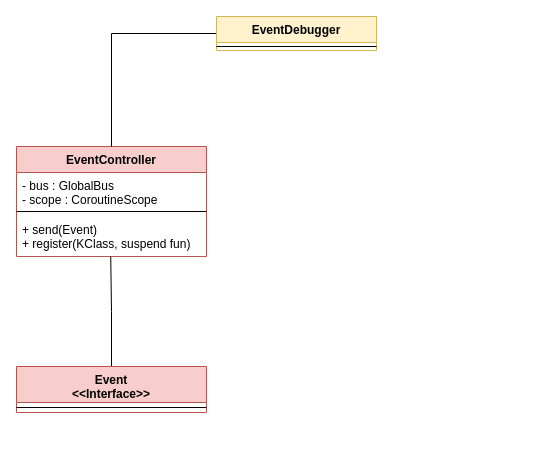
Above: diagrams/Planung.drawio in emign/projektQ11_21 (draw.io), before the change. Source tidied: cells renumbered, new cells numbered last; positions are measured from the earlier drawing's top-left corner, leaving out a move shared by most shapes. Both pictures are drawn from the tidied source at 100%, with x=0, y=0 at pixel (16, 16).
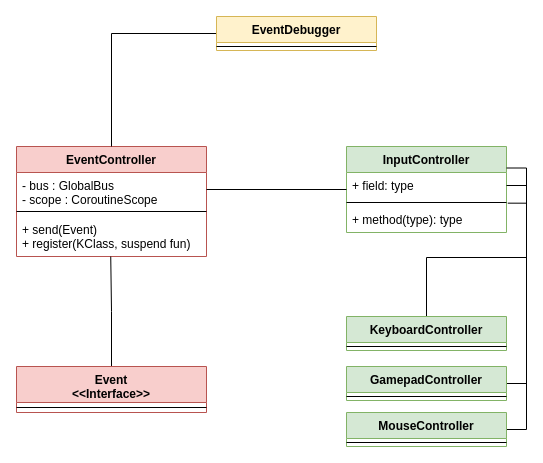
The same diagram, later.

The change refers to these unchanged cells:
```xml
<mxCell id="3" value="- bus : GlobalBus&#10;- scope : CoroutineScope" style="text;strokeColor=none;fillColor=none;align=left;verticalAlign=top;spacingLeft=4;spacingRight=4;overflow=hidden;points=[[0,0.5],[1,0.5]];portConstraint=eastwest;" parent="2" vertex="1">
  <mxGeometry y="26" width="190" height="34" as="geometry" />
</mxCell>
```

Diff of the diagram source:
```diff
@@
+    <mxCell id="12" value="InputController" style="swimlane;fontStyle=1;align=center;verticalAlign=top;horizontal=1;startSize=26;fillColor=#d5e8d4;strokeColor=#82b366;" parent="1" vertex="1">
+      <mxGeometry x="330" y="130" width="160" height="86" as="geometry" />
+    </mxCell>
+    <mxCell id="13" value="+ field: type" style="text;strokeColor=none;fillColor=none;align=left;verticalAlign=top;spacingLeft=4;spacingRight=4;overflow=hidden;points=[[0,0.5],[1,0.5]];portConstraint=eastwest;" parent="12" vertex="1">
+      <mxGeometry y="26" width="160" height="26" as="geometry" />
+    </mxCell>
+    <mxCell id="14" style="line;strokeWidth=1;fillColor=none;align=left;verticalAlign=middle;spacingTop=-1;spacingLeft=3;spacingRight=3;labelPosition=right;" parent="12" vertex="1">
+      <mxGeometry y="52" width="160" height="8" as="geometry" />
+    </mxCell>
+    <mxCell id="15" value="+ method(type): type" style="text;strokeColor=none;fillColor=none;align=left;verticalAlign=top;spacingLeft=4;spacingRight=4;overflow=hidden;points=[[0,0.5],[1,0.5]];portConstraint=eastwest;" parent="12" vertex="1">
+      <mxGeometry y="60" width="160" height="26" as="geometry" />
+    </mxCell>
+    <mxCell id="16" style="edgeStyle=orthogonalEdgeStyle;rounded=0;jettySize=auto;html=1;exitX=0.5;exitY=0;exitDx=0;exitDy=0;entryX=1;entryY=0.5;entryDx=0;entryDy=0;endArrow=none;endFill=0;" parent="1" edge="1" source="17" target="13">
+      <mxGeometry relative="1" as="geometry" />
+    </mxCell>
+    <mxCell id="17" value="KeyboardController" style="swimlane;fontStyle=1;align=center;verticalAlign=top;horizontal=1;startSize=26;fillColor=#d5e8d4;strokeColor=#82b366;" parent="1" vertex="1">
+      <mxGeometry x="330" y="300" width="160" height="34" as="geometry" />
+    </mxCell>
+    <mxCell id="18" style="line;strokeWidth=1;fillColor=none;align=left;verticalAlign=middle;spacingTop=-1;spacingLeft=3;spacingRight=3;labelPosition=right;" parent="17" vertex="1">
+      <mxGeometry y="26" width="160" height="8" as="geometry" />
+    </mxCell>
+    <mxCell id="19" style="edgeStyle=orthogonalEdgeStyle;rounded=0;jettySize=auto;html=1;exitX=1;exitY=0.5;exitDx=0;exitDy=0;entryX=1;entryY=0.25;entryDx=0;entryDy=0;endArrow=none;endFill=0;" parent="1" edge="1" source="20" target="12">
+      <mxGeometry relative="1" as="geometry" />
+    </mxCell>
+    <mxCell id="20" value="GamepadController" style="swimlane;fontStyle=1;align=center;verticalAlign=top;horizontal=1;startSize=26;fillColor=#d5e8d4;strokeColor=#82b366;" parent="1" vertex="1">
+      <mxGeometry x="330" y="350" width="160" height="34" as="geometry" />
+    </mxCell>
+    <mxCell id="21" style="line;strokeWidth=1;fillColor=none;align=left;verticalAlign=middle;spacingTop=-1;spacingLeft=3;spacingRight=3;labelPosition=right;" parent="20" vertex="1">
+      <mxGeometry y="26" width="160" height="8" as="geometry" />
+    </mxCell>
+    <mxCell id="22" style="edgeStyle=orthogonalEdgeStyle;rounded=0;jettySize=auto;html=1;exitX=1;exitY=0.5;exitDx=0;exitDy=0;entryX=1.008;entryY=-0.128;entryDx=0;entryDy=0;entryPerimeter=0;endArrow=none;endFill=0;" parent="1" edge="1" source="23" target="15">
+      <mxGeometry relative="1" as="geometry" />
+    </mxCell>
+    <mxCell id="23" value="MouseController" style="swimlane;fontStyle=1;align=center;verticalAlign=top;horizontal=1;startSize=26;fillColor=#d5e8d4;strokeColor=#82b366;" parent="1" vertex="1">
+      <mxGeometry x="330" y="396" width="160" height="34" as="geometry" />
+    </mxCell>
+    <mxCell id="24" style="line;strokeWidth=1;fillColor=none;align=left;verticalAlign=middle;spacingTop=-1;spacingLeft=3;spacingRight=3;labelPosition=right;" parent="23" vertex="1">
+      <mxGeometry y="26" width="160" height="8" as="geometry" />
+    </mxCell>
+    <mxCell id="25" style="edgeStyle=orthogonalEdgeStyle;rounded=0;jettySize=auto;html=1;exitX=1;exitY=0.5;exitDx=0;exitDy=0;endArrow=none;endFill=0;" parent="1" edge="1" source="3" target="12">
+      <mxGeometry relative="1" as="geometry" />
+    </mxCell>
```
